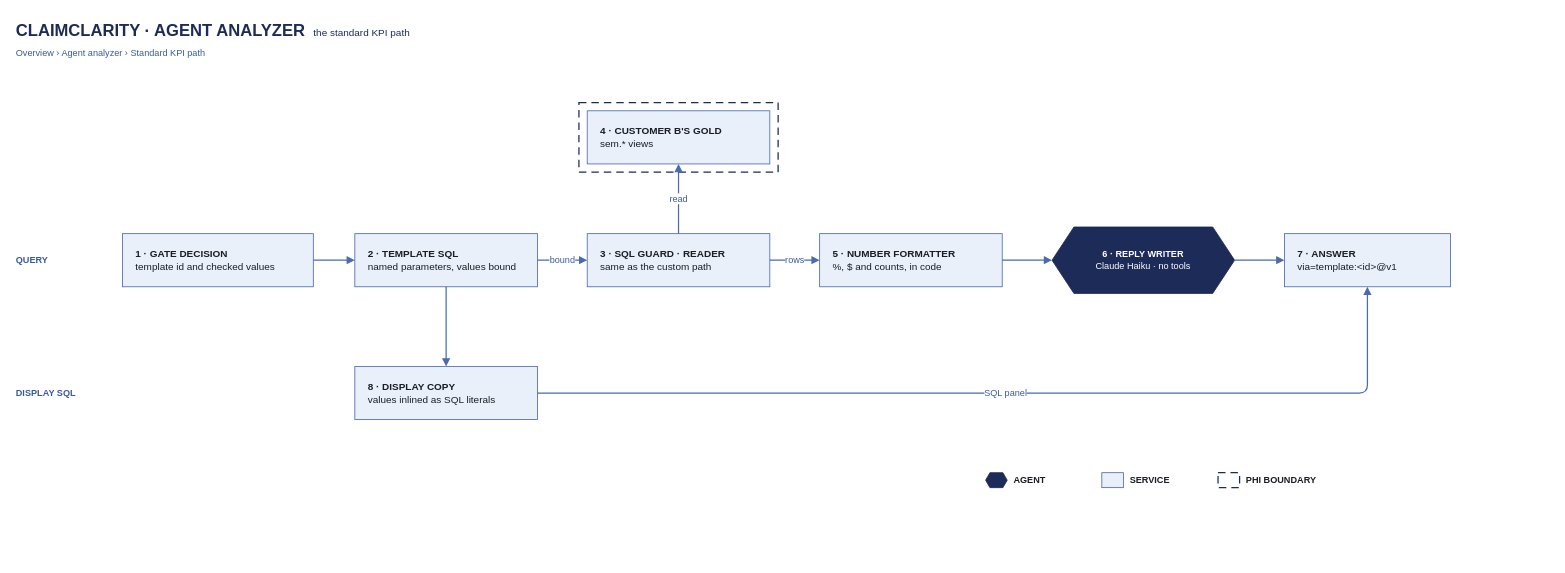
Above: docs/architecture/src/42-standard-kpi-path.drawio in Peter-Shamoun/cc (draw.io), before the change. Source tidied: cells renumbered, new cells numbered last; positions are measured from the earlier drawing's top-left corner, leaving out a move shared by most shapes. Both pictures are drawn from the tidied source at 83%, with x=0, y=0 at pixel (14, 14).
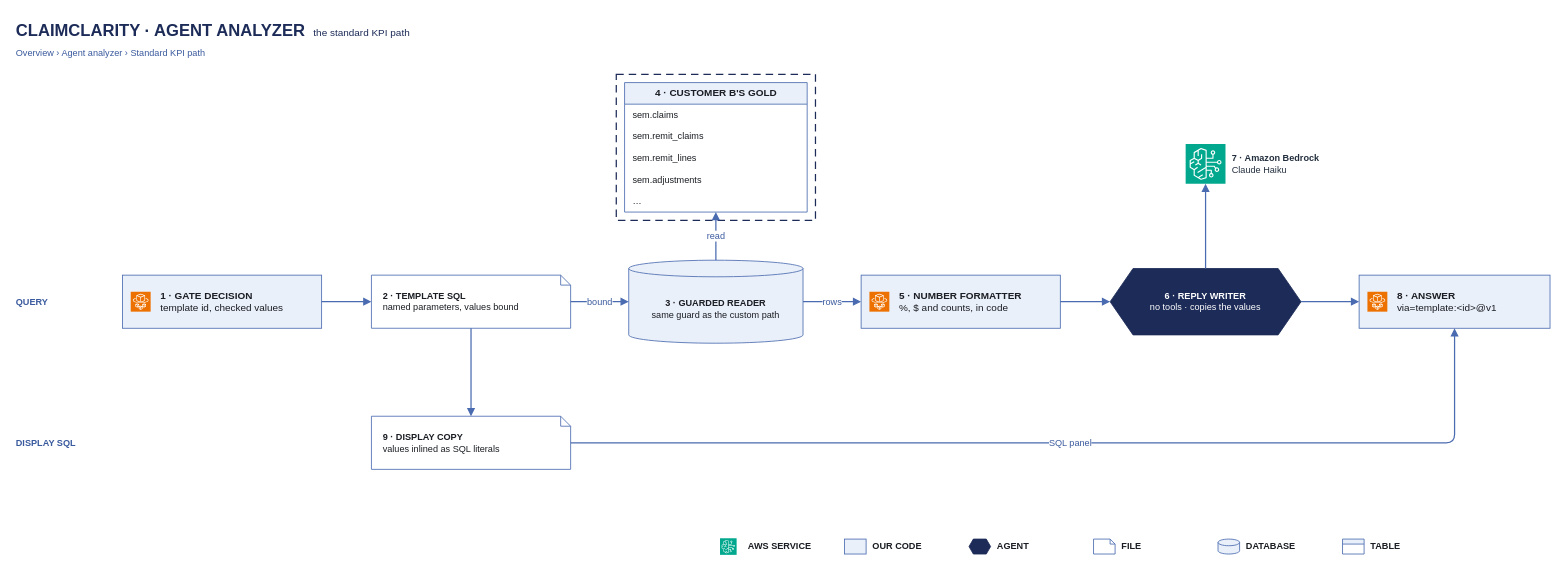
Above is the later version.

What changed in the source:
```diff
@@
     <mxCell id="2" value="&lt;b style='font-size:20px'&gt;CLAIMCLARITY · AGENT ANALYZER&lt;/b&gt;&amp;nbsp;&amp;nbsp;&amp;nbsp;the standard KPI path" style="text;html=1;align=left;verticalAlign=middle;fontSize=12;fontColor=#1C2B57;fontFamily=Helvetica;" parent="1" vertex="1">
-      <mxGeometry width="1200" height="36" as="geometry" />
+      <mxGeometry width="1300" height="36" as="geometry" />
     </mxCell>
@@
     <mxCell id="4" value="QUERY" style="text;html=1;align=left;verticalAlign=middle;fontSize=11;fontColor=#3A5A9E;fontStyle=1;fontFamily=Helvetica;" parent="1" vertex="1">
-      <mxGeometry y="276" width="110" height="40" as="geometry" />
+      <mxGeometry y="326" width="110" height="40" as="geometry" />
     </mxCell>
     <mxCell id="5" value="DISPLAY SQL" style="text;html=1;align=left;verticalAlign=middle;fontSize=11;fontColor=#3A5A9E;fontStyle=1;fontFamily=Helvetica;" parent="1" vertex="1">
-      <mxGeometry y="436" width="110" height="40" as="geometry" />
+      <mxGeometry y="496" width="110" height="40" as="geometry" />
     </mxCell>
+    <mxCell id="8" value="&lt;b&gt;1 · GATE DECISION&lt;/b&gt;&lt;br&gt;template id, checked values" style="rounded=0;whiteSpace=wrap;html=1;fillColor=#EAF0F9;strokeColor=#4A6BB0;fontColor=#1A1D23;align=left;spacingLeft=44;spacingRight=10;verticalAlign=middle;fontSize=12;fontFamily=Helvetica;" parent="1" vertex="1">
+      <mxGeometry x="130" y="314" width="240" height="64" as="geometry" />
+    </mxCell>
+    <mxCell id="30" style="sketch=0;fontColor=#232F3E;fillColor=#ED7100;strokeColor=#ffffff;dashed=0;verticalLabelPosition=bottom;verticalAlign=top;align=center;html=1;fontSize=11;fontFamily=Helvetica;shape=mxgraph.aws4.resourceIcon;resIcon=mxgraph.aws4.fargate;" parent="8" vertex="1">
+      <mxGeometry x="10" y="20" width="24" height="24" as="geometry" />
+    </mxCell>
+    <mxCell id="9" value="&lt;b&gt;2 · TEMPLATE SQL&lt;/b&gt;&lt;br&gt;named parameters, values bound" style="shape=note;size=12;whiteSpace=wrap;html=1;fillColor=#FFFFFF;strokeColor=#4A6BB0;fontSize=11;fontFamily=Helvetica;fontColor=#1A1D23;align=left;spacingLeft=12;spacingRight=14;" parent="1" vertex="1">
+      <mxGeometry x="430" y="314" width="240" height="64" as="geometry" />
+    </mxCell>
+    <mxCell id="31" value="&lt;b&gt;3 · GUARDED READER&lt;/b&gt;&lt;br&gt;same guard as the custom path" style="shape=cylinder3;whiteSpace=wrap;html=1;boundedLbl=1;backgroundOutline=1;size=10;fillColor=#EAF0F9;strokeColor=#4A6BB0;fontSize=11;fontFamily=Helvetica;fontColor=#1A1D23;" parent="1" vertex="1">
+      <mxGeometry x="740" y="296" width="210" height="100" as="geometry" />
+    </mxCell>
     <mxCell id="6" style="rounded=0;whiteSpace=wrap;html=1;fillColor=none;strokeColor=#1C2B57;dashed=1;dashPattern=6 4;strokeWidth=1.5;" parent="1" vertex="1">
-      <mxGeometry x="680" y="106" width="240" height="84" as="geometry" />
+      <mxGeometry x="725" y="72" width="240" height="176" as="geometry" />
     </mxCell>
-    <mxCell id="7" value="&lt;b&gt;4 · CUSTOMER B'S GOLD&lt;/b&gt;&lt;br&gt;sem.* views" style="rounded=0;whiteSpace=wrap;html=1;fillColor=#EAF0F9;strokeColor=#4A6BB0;fontColor=#1A1D23;align=left;spacingLeft=14;spacingRight=10;verticalAlign=middle;fontSize=12;fontFamily=Helvetica;" parent="6" vertex="1">
-      <mxGeometry x="10" y="10" width="220" height="64" as="geometry" />
-    </mxCell>
-    <mxCell id="8" value="&lt;b&gt;1 · GATE DECISION&lt;/b&gt;&lt;br&gt;template id and checked values" style="rounded=0;whiteSpace=wrap;html=1;fillColor=#EAF0F9;strokeColor=#4A6BB0;fontColor=#1A1D23;align=left;spacingLeft=14;spacingRight=10;verticalAlign=middle;fontSize=12;fontFamily=Helvetica;" parent="1" vertex="1">
-      <mxGeometry x="130" y="264" width="230" height="64" as="geometry" />
-    </mxCell>
-    <mxCell id="9" value="&lt;b&gt;2 · TEMPLATE SQL&lt;/b&gt;&lt;br&gt;named parameters, values bound" style="rounded=0;whiteSpace=wrap;html=1;fillColor=#EAF0F9;strokeColor=#4A6BB0;fontColor=#1A1D23;align=left;spacingLeft=14;spacingRight=10;verticalAlign=middle;fontSize=12;fontFamily=Helvetica;" parent="1" vertex="1">
-      <mxGeometry x="410" y="264" width="220" height="64" as="geometry" />
-    </mxCell>
-    <mxCell id="10" value="&lt;b&gt;3 · SQL GUARD · READER&lt;/b&gt;&lt;br&gt;same as the custom path" style="rounded=0;whiteSpace=wrap;html=1;fillColor=#EAF0F9;strokeColor=#4A6BB0;fontColor=#1A1D23;align=left;spacingLeft=14;spacingRight=10;verticalAlign=middle;fontSize=12;fontFamily=Helvetica;" parent="1" vertex="1">
-      <mxGeometry x="690" y="264" width="220" height="64" as="geometry" />
-    </mxCell>
+    <mxCell id="32" value="4 · CUSTOMER B'S GOLD" style="swimlane;fontStyle=1;horizontal=1;startSize=26;fillColor=#EAF0F9;strokeColor=#4A6BB0;html=1;fontSize=12;fontFamily=Helvetica;fontColor=#1A1D23;" parent="6" vertex="1">
+      <mxGeometry x="10" y="10" width="220" height="156" as="geometry" />
+    </mxCell>
+    <mxCell id="33" value="sem.claims" style="text;strokeColor=none;fillColor=none;align=left;verticalAlign=middle;spacingLeft=8;html=1;fontSize=11;fontFamily=Helvetica;fontColor=#1A1D23;" parent="32" vertex="1">
+      <mxGeometry y="26" width="220" height="26" as="geometry" />
+    </mxCell>
+    <mxCell id="34" value="sem.remit_claims" style="text;strokeColor=none;fillColor=none;align=left;verticalAlign=middle;spacingLeft=8;html=1;fontSize=11;fontFamily=Helvetica;fontColor=#1A1D23;" parent="32" vertex="1">
+      <mxGeometry y="52" width="220" height="26" as="geometry" />
+    </mxCell>
+    <mxCell id="35" value="sem.remit_lines" style="text;strokeColor=none;fillColor=none;align=left;verticalAlign=middle;spacingLeft=8;html=1;fontSize=11;fontFamily=Helvetica;fontColor=#1A1D23;" parent="32" vertex="1">
+      <mxGeometry y="78" width="220" height="26" as="geometry" />
+    </mxCell>
+    <mxCell id="36" value="sem.adjustments" style="text;strokeColor=none;fillColor=none;align=left;verticalAlign=middle;spacingLeft=8;html=1;fontSize=11;fontFamily=Helvetica;fontColor=#1A1D23;" parent="32" vertex="1">
+      <mxGeometry y="104" width="220" height="26" as="geometry" />
+    </mxCell>
+    <mxCell id="37" value="…" style="text;strokeColor=none;fillColor=none;align=left;verticalAlign=middle;spacingLeft=8;html=1;fontSize=11;fontFamily=Helvetica;fontColor=#1A1D23;" parent="32" vertex="1">
+      <mxGeometry y="130" width="220" height="26" as="geometry" />
+    </mxCell>
-    <mxCell id="11" value="&lt;b&gt;5 · NUMBER FORMATTER&lt;/b&gt;&lt;br&gt;%, $ and counts, in code" style="rounded=0;whiteSpace=wrap;html=1;fillColor=#EAF0F9;strokeColor=#4A6BB0;fontColor=#1A1D23;align=left;spacingLeft=14;spacingRight=10;verticalAlign=middle;fontSize=12;fontFamily=Helvetica;" parent="1" vertex="1">
-      <mxGeometry x="970" y="264" width="220" height="64" as="geometry" />
+    <mxCell id="11" value="&lt;b&gt;5 · NUMBER FORMATTER&lt;/b&gt;&lt;br&gt;%, $ and counts, in code" style="rounded=0;whiteSpace=wrap;html=1;fillColor=#EAF0F9;strokeColor=#4A6BB0;fontColor=#1A1D23;align=left;spacingLeft=44;spacingRight=10;verticalAlign=middle;fontSize=12;fontFamily=Helvetica;" parent="1" vertex="1">
+      <mxGeometry x="1020" y="314" width="240" height="64" as="geometry" />
     </mxCell>
+    <mxCell id="38" style="sketch=0;fontColor=#232F3E;fillColor=#ED7100;strokeColor=#ffffff;dashed=0;verticalLabelPosition=bottom;verticalAlign=top;align=center;html=1;fontSize=11;fontFamily=Helvetica;shape=mxgraph.aws4.resourceIcon;resIcon=mxgraph.aws4.fargate;" parent="11" vertex="1">
+      <mxGeometry x="10" y="20" width="24" height="24" as="geometry" />
+    </mxCell>
-    <mxCell id="12" value="&lt;b&gt;6 · REPLY WRITER&lt;/b&gt;&lt;br&gt;Claude Haiku · no tools" style="shape=hexagon;perimeter=hexagonPerimeter2;size=0.12;whiteSpace=wrap;html=1;fillColor=#1C2B57;strokeColor=#1C2B57;fontColor=#FFFFFF;fontFamily=Helvetica;fontSize=11;" parent="1" vertex="1">
-      <mxGeometry x="1250" y="256" width="220" height="80" as="geometry" />
+    <mxCell id="12" value="&lt;b&gt;6 · REPLY WRITER&lt;/b&gt;&lt;br&gt;no tools · copies the values" style="shape=hexagon;perimeter=hexagonPerimeter2;size=0.12;whiteSpace=wrap;html=1;fillColor=#1C2B57;strokeColor=#1C2B57;fontColor=#FFFFFF;fontFamily=Helvetica;fontSize=11;" parent="1" vertex="1">
+      <mxGeometry x="1320" y="306" width="230" height="80" as="geometry" />
     </mxCell>
+    <mxCell id="39" value="&lt;b&gt;7 · Amazon Bedrock&lt;/b&gt;&lt;br&gt;Claude Haiku" style="sketch=0;outlineConnect=0;fontColor=#232F3E;fillColor=#01A88D;strokeColor=#ffffff;dashed=0;labelPosition=right;verticalLabelPosition=middle;verticalAlign=middle;align=left;spacingLeft=6;html=1;fontSize=11;fontFamily=Helvetica;shape=mxgraph.aws4.resourceIcon;resIcon=mxgraph.aws4.bedrock;" parent="1" vertex="1">
+      <mxGeometry x="1411" y="156" width="48" height="48" as="geometry" />
+    </mxCell>
-    <mxCell id="13" value="&lt;b&gt;7 · ANSWER&lt;/b&gt;&lt;br&gt;via=template:&amp;lt;id&amp;gt;@v1" style="rounded=0;whiteSpace=wrap;html=1;fillColor=#EAF0F9;strokeColor=#4A6BB0;fontColor=#1A1D23;align=left;spacingLeft=14;spacingRight=10;verticalAlign=middle;fontSize=12;fontFamily=Helvetica;" parent="1" vertex="1">
-      <mxGeometry x="1530" y="264" width="200" height="64" as="geometry" />
+    <mxCell id="13" value="&lt;b&gt;8 · ANSWER&lt;/b&gt;&lt;br&gt;via=template:&amp;lt;id&amp;gt;@v1" style="rounded=0;whiteSpace=wrap;html=1;fillColor=#EAF0F9;strokeColor=#4A6BB0;fontColor=#1A1D23;align=left;spacingLeft=44;spacingRight=10;verticalAlign=middle;fontSize=12;fontFamily=Helvetica;" parent="1" vertex="1">
+      <mxGeometry x="1620" y="314" width="230" height="64" as="geometry" />
     </mxCell>
-    <mxCell id="14" value="&lt;b&gt;8 · DISPLAY COPY&lt;/b&gt;&lt;br&gt;values inlined as SQL literals" style="rounded=0;whiteSpace=wrap;html=1;fillColor=#EAF0F9;strokeColor=#4A6BB0;fontColor=#1A1D23;align=left;spacingLeft=14;spacingRight=10;verticalAlign=middle;fontSize=12;fontFamily=Helvetica;" parent="1" vertex="1">
-      <mxGeometry x="410" y="424" width="220" height="64" as="geometry" />
-    </mxCell>
+    <mxCell id="40" style="sketch=0;fontColor=#232F3E;fillColor=#ED7100;strokeColor=#ffffff;dashed=0;verticalLabelPosition=bottom;verticalAlign=top;align=center;html=1;fontSize=11;fontFamily=Helvetica;shape=mxgraph.aws4.resourceIcon;resIcon=mxgraph.aws4.fargate;" parent="13" vertex="1">
+      <mxGeometry x="10" y="20" width="24" height="24" as="geometry" />
+    </mxCell>
+    <mxCell id="41" value="&lt;b&gt;9 · DISPLAY COPY&lt;/b&gt;&lt;br&gt;values inlined as SQL literals" style="shape=note;size=12;whiteSpace=wrap;html=1;fillColor=#FFFFFF;strokeColor=#4A6BB0;fontSize=11;fontFamily=Helvetica;fontColor=#1A1D23;align=left;spacingLeft=12;spacingRight=14;" parent="1" vertex="1">
+      <mxGeometry x="430" y="484" width="240" height="64" as="geometry" />
+    </mxCell>
@@
-    <mxCell id="16" value="bound" style="edgeStyle=orthogonalEdgeStyle;rounded=1;jettySize=auto;html=1;strokeColor=#4A6BB0;strokeWidth=1.5;endArrow=block;endFill=1;endSize=6;fontSize=11;fontColor=#3A5A9E;labelBackgroundColor=#FFFFFF;fontFamily=Helvetica;exitX=1;exitY=0.5;exitDx=0;exitDy=0;entryX=0;entryY=0.5;entryDx=0;entryDy=0;" parent="1" edge="1" source="9" target="10">
+    <mxCell id="16" value="bound" style="edgeStyle=orthogonalEdgeStyle;rounded=1;jettySize=auto;html=1;strokeColor=#4A6BB0;strokeWidth=1.5;endArrow=block;endFill=1;endSize=6;fontSize=11;fontColor=#3A5A9E;labelBackgroundColor=#FFFFFF;fontFamily=Helvetica;exitX=1;exitY=0.5;exitDx=0;exitDy=0;entryX=0;entryY=0.5;entryDx=0;entryDy=0;" parent="1" edge="1" source="9" target="31">
       <mxGeometry relative="1" as="geometry" />
     </mxCell>
-    <mxCell id="17" value="read" style="edgeStyle=orthogonalEdgeStyle;rounded=1;jettySize=auto;html=1;strokeColor=#4A6BB0;strokeWidth=1.5;endArrow=block;endFill=1;endSize=6;fontSize=11;fontColor=#3A5A9E;labelBackgroundColor=#FFFFFF;fontFamily=Helvetica;exitX=0.5;exitY=0;exitDx=0;exitDy=0;entryX=0.5;entryY=1;entryDx=0;entryDy=0;" parent="1" edge="1" source="10" target="7">
+    <mxCell id="17" value="read" style="edgeStyle=orthogonalEdgeStyle;rounded=1;jettySize=auto;html=1;strokeColor=#4A6BB0;strokeWidth=1.5;endArrow=block;endFill=1;endSize=6;fontSize=11;fontColor=#3A5A9E;labelBackgroundColor=#FFFFFF;fontFamily=Helvetica;exitX=0.5;exitY=0;exitDx=0;exitDy=0;entryX=0.5;entryY=1;entryDx=0;entryDy=0;" parent="1" edge="1" source="31" target="32">
       <mxGeometry relative="1" as="geometry" />
     </mxCell>
-    <mxCell id="18" value="rows" style="edgeStyle=orthogonalEdgeStyle;rounded=1;jettySize=auto;html=1;strokeColor=#4A6BB0;strokeWidth=1.5;endArrow=block;endFill=1;endSize=6;fontSize=11;fontColor=#3A5A9E;labelBackgroundColor=#FFFFFF;fontFamily=Helvetica;exitX=1;exitY=0.5;exitDx=0;exitDy=0;entryX=0;entryY=0.5;entryDx=0;entryDy=0;" parent="1" edge="1" source="10" target="11">
+    <mxCell id="18" value="rows" style="edgeStyle=orthogonalEdgeStyle;rounded=1;jettySize=auto;html=1;strokeColor=#4A6BB0;strokeWidth=1.5;endArrow=block;endFill=1;endSize=6;fontSize=11;fontColor=#3A5A9E;labelBackgroundColor=#FFFFFF;fontFamily=Helvetica;exitX=1;exitY=0.5;exitDx=0;exitDy=0;entryX=0;entryY=0.5;entryDx=0;entryDy=0;" parent="1" edge="1" source="31" target="11">
       <mxGeometry relative="1" as="geometry" />
     </mxCell>
@@
+    <mxCell id="42" style="edgeStyle=orthogonalEdgeStyle;rounded=1;jettySize=auto;html=1;strokeColor=#4A6BB0;strokeWidth=1.5;endArrow=block;endFill=1;endSize=6;fontSize=11;fontColor=#3A5A9E;labelBackgroundColor=#FFFFFF;fontFamily=Helvetica;exitX=0.5;exitY=0;exitDx=0;exitDy=0;entryX=0.5;entryY=1;entryDx=0;entryDy=0;" parent="1" edge="1" source="12" target="39">
+      <mxGeometry relative="1" as="geometry" />
+    </mxCell>
@@
-    <mxCell id="21" style="edgeStyle=orthogonalEdgeStyle;rounded=1;jettySize=auto;html=1;strokeColor=#4A6BB0;strokeWidth=1.5;endArrow=block;endFill=1;endSize=6;fontSize=11;fontColor=#3A5A9E;labelBackgroundColor=#FFFFFF;fontFamily=Helvetica;exitX=0.5;exitY=1;exitDx=0;exitDy=0;entryX=0.5;entryY=0;entryDx=0;entryDy=0;" parent="1" edge="1" source="9" target="14">
+    <mxCell id="21" style="edgeStyle=orthogonalEdgeStyle;rounded=1;jettySize=auto;html=1;strokeColor=#4A6BB0;strokeWidth=1.5;endArrow=block;endFill=1;endSize=6;fontSize=11;fontColor=#3A5A9E;labelBackgroundColor=#FFFFFF;fontFamily=Helvetica;exitX=0.5;exitY=1;exitDx=0;exitDy=0;entryX=0.5;entryY=0;entryDx=0;entryDy=0;" parent="1" edge="1" source="9" target="41">
       <mxGeometry relative="1" as="geometry" />
     </mxCell>
-    <mxCell id="22" value="SQL panel" style="edgeStyle=orthogonalEdgeStyle;rounded=1;jettySize=auto;html=1;strokeColor=#4A6BB0;strokeWidth=1.5;endArrow=block;endFill=1;endSize=6;fontSize=11;fontColor=#3A5A9E;labelBackgroundColor=#FFFFFF;fontFamily=Helvetica;exitX=1;exitY=0.5;exitDx=0;exitDy=0;entryX=0.5;entryY=1;entryDx=0;entryDy=0;" parent="1" edge="1" source="14" target="13">
+    <mxCell id="22" value="SQL panel" style="edgeStyle=orthogonalEdgeStyle;rounded=1;jettySize=auto;html=1;strokeColor=#4A6BB0;strokeWidth=1.5;endArrow=block;endFill=1;endSize=6;fontSize=11;fontColor=#3A5A9E;labelBackgroundColor=#FFFFFF;fontFamily=Helvetica;exitX=1;exitY=0.5;exitDx=0;exitDy=0;entryX=0.5;entryY=1;entryDx=0;entryDy=0;" parent="1" edge="1" source="41" target="13">
       <mxGeometry relative="1" as="geometry">
         <Array as="points">
-          <mxPoint x="1630" y="456" />
+          <mxPoint x="1735" y="516" />
         </Array>
       </mxGeometry>
     </mxCell>
     <mxCell id="23" style="rounded=0;html=1;fillColor=none;strokeColor=none;" parent="1" vertex="1">
-      <mxGeometry x="1170" y="546" width="420" height="30" as="geometry" />
+      <mxGeometry x="850" y="626" width="900" height="30" as="geometry" />
     </mxCell>
-    <mxCell id="24" style="shape=hexagon;perimeter=hexagonPerimeter2;size=0.2;fillColor=#1C2B57;strokeColor=#1C2B57;html=1;" parent="23" vertex="1">
-      <mxGeometry y="6" width="26" height="18" as="geometry" />
+    <mxCell id="24" style="sketch=0;fontColor=#232F3E;fillColor=#01A88D;strokeColor=#ffffff;dashed=0;verticalLabelPosition=bottom;verticalAlign=top;align=center;html=1;fontSize=11;fontFamily=Helvetica;shape=mxgraph.aws4.resourceIcon;resIcon=mxgraph.aws4.bedrock;" parent="23" vertex="1">
+      <mxGeometry y="5" width="20" height="20" as="geometry" />
     </mxCell>
-    <mxCell id="25" value="AGENT" style="text;html=1;align=left;verticalAlign=middle;fontSize=11;fontColor=#1A1D23;fontStyle=1;fontFamily=Helvetica;" parent="23" vertex="1">
-      <mxGeometry x="32" y="4" width="105" height="22" as="geometry" />
+    <mxCell id="25" value="AWS SERVICE" style="text;html=1;align=left;verticalAlign=middle;fontSize=11;fontColor=#1A1D23;fontStyle=1;fontFamily=Helvetica;" parent="23" vertex="1">
+      <mxGeometry x="32" y="4" width="115" height="22" as="geometry" />
     </mxCell>
     <mxCell id="26" style="fillColor=#EAF0F9;strokeColor=#4A6BB0;html=1;" parent="23" vertex="1">
-      <mxGeometry x="140" y="6" width="26" height="18" as="geometry" />
+      <mxGeometry x="150" y="6" width="26" height="18" as="geometry" />
     </mxCell>
-    <mxCell id="27" value="SERVICE" style="text;html=1;align=left;verticalAlign=middle;fontSize=11;fontColor=#1A1D23;fontStyle=1;fontFamily=Helvetica;" parent="23" vertex="1">
-      <mxGeometry x="172" y="4" width="105" height="22" as="geometry" />
+    <mxCell id="27" value="OUR CODE" style="text;html=1;align=left;verticalAlign=middle;fontSize=11;fontColor=#1A1D23;fontStyle=1;fontFamily=Helvetica;" parent="23" vertex="1">
+      <mxGeometry x="182" y="4" width="115" height="22" as="geometry" />
     </mxCell>
-    <mxCell id="28" style="fillColor=none;strokeColor=#1C2B57;dashed=1;dashPattern=6 4;strokeWidth=1.5;html=1;" parent="23" vertex="1">
-      <mxGeometry x="280" y="6" width="26" height="18" as="geometry" />
+    <mxCell id="28" style="shape=hexagon;perimeter=hexagonPerimeter2;size=0.2;fillColor=#1C2B57;strokeColor=#1C2B57;html=1;" parent="23" vertex="1">
+      <mxGeometry x="300" y="6" width="26" height="18" as="geometry" />
     </mxCell>
-    <mxCell id="29" value="PHI BOUNDARY" style="text;html=1;align=left;verticalAlign=middle;fontSize=11;fontColor=#1A1D23;fontStyle=1;fontFamily=Helvetica;" parent="23" vertex="1">
-      <mxGeometry x="312" y="4" width="105" height="22" as="geometry" />
+    <mxCell id="29" value="AGENT" style="text;html=1;align=left;verticalAlign=middle;fontSize=11;fontColor=#1A1D23;fontStyle=1;fontFamily=Helvetica;" parent="23" vertex="1">
+      <mxGeometry x="332" y="4" width="115" height="22" as="geometry" />
     </mxCell>
+    <mxCell id="43" style="shape=note;size=6;html=1;fillColor=#FFFFFF;strokeColor=#4A6BB0;" parent="23" vertex="1">
+      <mxGeometry x="450" y="6" width="26" height="18" as="geometry" />
+    </mxCell>
+    <mxCell id="44" value="FILE" style="text;html=1;align=left;verticalAlign=middle;fontSize=11;fontColor=#1A1D23;fontStyle=1;fontFamily=Helvetica;" parent="23" vertex="1">
+      <mxGeometry x="482" y="4" width="115" height="22" as="geometry" />
+    </mxCell>
+    <mxCell id="45" style="shape=cylinder3;html=1;boundedLbl=1;backgroundOutline=1;size=4;fillColor=#EAF0F9;strokeColor=#4A6BB0;" parent="23" vertex="1">
+      <mxGeometry x="600" y="6" width="26" height="18" as="geometry" />
+    </mxCell>
+    <mxCell id="46" value="DATABASE" style="text;html=1;align=left;verticalAlign=middle;fontSize=11;fontColor=#1A1D23;fontStyle=1;fontFamily=Helvetica;" parent="23" vertex="1">
+      <mxGeometry x="632" y="4" width="115" height="22" as="geometry" />
+    </mxCell>
+    <mxCell id="47" style="swimlane;startSize=6;fillColor=#EAF0F9;strokeColor=#4A6BB0;html=1;" parent="23" vertex="1">
+      <mxGeometry x="750" y="6" width="26" height="18" as="geometry" />
+    </mxCell>
+    <mxCell id="48" value="TABLE" style="text;html=1;align=left;verticalAlign=middle;fontSize=11;fontColor=#1A1D23;fontStyle=1;fontFamily=Helvetica;" parent="23" vertex="1">
+      <mxGeometry x="782" y="4" width="115" height="22" as="geometry" />
+    </mxCell>
```
